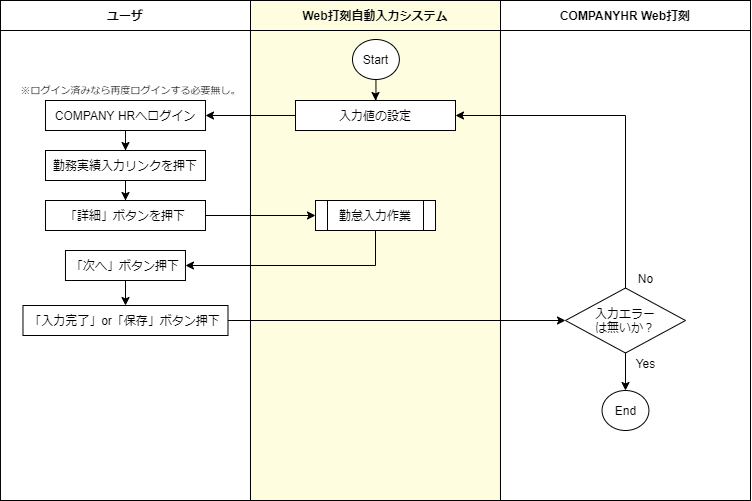
Before: doc/業務フロー(after).png, a diagram exported from draw.io (euphmat/AutoWebDakoku). Source tidied: cells renumbered, new cells last; positions are measured from the earlier drawing's top-left corner, leaving out a move shared by most shapes. Its diagram source:
```xml
<mxGraphModel>
  <root>
    <mxCell id="0" />
    <mxCell id="1" parent="0" />
    <mxCell id="2" style="rounded=0;whiteSpace=wrap;html=1;" parent="1" vertex="1">
      <mxGeometry x="500" y="30" width="250" height="470" as="geometry" />
    </mxCell>
    <mxCell id="3" style="rounded=0;whiteSpace=wrap;html=1;fillColor=#FFFDE0;" parent="1" vertex="1">
      <mxGeometry x="250" y="30" width="250" height="470" as="geometry" />
    </mxCell>
    <mxCell id="4" value="&lt;b&gt;ユーザ&lt;/b&gt;" style="rounded=0;whiteSpace=wrap;html=1;" parent="1" vertex="1">
      <mxGeometry width="250" height="30" as="geometry" />
    </mxCell>
    <mxCell id="5" value="&lt;b&gt;Web打刻自動入力システム&lt;/b&gt;" style="rounded=0;whiteSpace=wrap;html=1;fillColor=#FFFDE0;" parent="1" vertex="1">
      <mxGeometry x="250" width="250" height="30" as="geometry" />
    </mxCell>
    <mxCell id="6" style="rounded=0;whiteSpace=wrap;html=1;" parent="1" vertex="1">
      <mxGeometry y="30" width="250" height="470" as="geometry" />
    </mxCell>
    <mxCell id="7" style="edgeStyle=orthogonalEdgeStyle;rounded=0;jettySize=auto;html=1;entryX=1;entryY=0.5;entryDx=0;entryDy=0;" parent="1" edge="1" source="8" target="15">
      <mxGeometry relative="1" as="geometry">
        <Array as="points">
          <mxPoint x="375" y="265" />
        </Array>
      </mxGeometry>
    </mxCell>
    <mxCell id="8" value="勤怠入力作業" style="shape=process;whiteSpace=wrap;html=1;backgroundOutline=1;" parent="1" vertex="1">
      <mxGeometry x="315" y="200" width="120" height="30" as="geometry" />
    </mxCell>
    <mxCell id="9" style="edgeStyle=orthogonalEdgeStyle;rounded=0;jettySize=auto;html=1;" parent="1" edge="1" source="10" target="28">
      <mxGeometry relative="1" as="geometry" />
    </mxCell>
    <mxCell id="10" value="Start" style="ellipse;whiteSpace=wrap;html=1;" parent="1" vertex="1">
      <mxGeometry x="352" y="39" width="46.9" height="40" as="geometry" />
    </mxCell>
    <mxCell id="11" style="edgeStyle=orthogonalEdgeStyle;rounded=0;jettySize=auto;html=1;entryX=0.5;entryY=0;entryDx=0;entryDy=0;" parent="1" edge="1" source="13" target="29">
      <mxGeometry relative="1" as="geometry" />
    </mxCell>
    <mxCell id="12" style="edgeStyle=orthogonalEdgeStyle;rounded=0;jettySize=auto;html=1;entryX=1;entryY=0.5;entryDx=0;entryDy=0;" parent="1" edge="1" source="13" target="28">
      <mxGeometry relative="1" as="geometry">
        <Array as="points">
          <mxPoint x="625" y="115" />
        </Array>
      </mxGeometry>
    </mxCell>
    <mxCell id="13" value="入力エラー&lt;br&gt;は無いか？" style="rhombus;whiteSpace=wrap;html=1;" parent="1" vertex="1">
      <mxGeometry x="565" y="287.5" width="120" height="65" as="geometry" />
    </mxCell>
    <mxCell id="14" style="edgeStyle=orthogonalEdgeStyle;rounded=0;jettySize=auto;html=1;" parent="1" edge="1" source="15" target="25">
      <mxGeometry relative="1" as="geometry" />
    </mxCell>
    <mxCell id="15" value="「次へ」ボタン押下" style="rounded=0;whiteSpace=wrap;html=1;" parent="1" vertex="1">
      <mxGeometry x="65" y="250" width="120" height="30" as="geometry" />
    </mxCell>
    <mxCell id="16" style="edgeStyle=orthogonalEdgeStyle;rounded=0;jettySize=auto;html=1;" parent="1" edge="1" source="17" target="21">
      <mxGeometry relative="1" as="geometry" />
    </mxCell>
    <mxCell id="17" value="COMPANY HRへログイン" style="rounded=0;whiteSpace=wrap;html=1;" parent="1" vertex="1">
      <mxGeometry x="45" y="100" width="160" height="30" as="geometry" />
    </mxCell>
    <mxCell id="18" value="Yes" style="text;html=1;align=center;verticalAlign=middle;" parent="1" vertex="1">
      <mxGeometry x="630" y="352.5" width="30" height="20" as="geometry" />
    </mxCell>
    <mxCell id="19" value="No" style="text;html=1;align=center;verticalAlign=middle;" parent="1" vertex="1">
      <mxGeometry x="630" y="267.5" width="30" height="20" as="geometry" />
    </mxCell>
    <mxCell id="20" style="edgeStyle=orthogonalEdgeStyle;rounded=0;jettySize=auto;html=1;exitX=0.5;exitY=1;exitDx=0;exitDy=0;" parent="1" edge="1" source="21" target="23">
      <mxGeometry relative="1" as="geometry" />
    </mxCell>
    <mxCell id="21" value="勤務実績入力リンクを押下" style="rounded=0;whiteSpace=wrap;html=1;" parent="1" vertex="1">
      <mxGeometry x="45" y="150" width="160" height="30" as="geometry" />
    </mxCell>
    <mxCell id="22" style="edgeStyle=orthogonalEdgeStyle;rounded=0;jettySize=auto;html=1;" parent="1" edge="1" source="23" target="8">
      <mxGeometry relative="1" as="geometry" />
    </mxCell>
    <mxCell id="23" value="「詳細」ボタンを押下" style="rounded=0;whiteSpace=wrap;html=1;" parent="1" vertex="1">
      <mxGeometry x="45" y="200" width="160" height="30" as="geometry" />
    </mxCell>
    <mxCell id="24" style="edgeStyle=orthogonalEdgeStyle;rounded=0;jettySize=auto;html=1;entryX=0;entryY=0.5;entryDx=0;entryDy=0;" parent="1" edge="1" source="25" target="13">
      <mxGeometry relative="1" as="geometry" />
    </mxCell>
    <mxCell id="25" value="「入力完了」or「保存」ボタン押下" style="rounded=0;whiteSpace=wrap;html=1;" parent="1" vertex="1">
      <mxGeometry x="22.5" y="305" width="205" height="30" as="geometry" />
    </mxCell>
    <mxCell id="26" value="&lt;b&gt;COMPANYHR Web打刻&lt;/b&gt;" style="rounded=0;whiteSpace=wrap;html=1;" parent="1" vertex="1">
      <mxGeometry x="500" width="250" height="30" as="geometry" />
    </mxCell>
    <mxCell id="27" style="edgeStyle=orthogonalEdgeStyle;rounded=0;jettySize=auto;html=1;entryX=1;entryY=0.5;entryDx=0;entryDy=0;" parent="1" edge="1" source="28" target="17">
      <mxGeometry relative="1" as="geometry" />
    </mxCell>
    <mxCell id="28" value="入力値の設定" style="rounded=0;whiteSpace=wrap;html=1;" parent="1" vertex="1">
      <mxGeometry x="295" y="100" width="160" height="30" as="geometry" />
    </mxCell>
    <mxCell id="29" value="End" style="ellipse;whiteSpace=wrap;html=1;" parent="1" vertex="1">
      <mxGeometry x="601.6" y="390" width="46.9" height="40" as="geometry" />
    </mxCell>
    <mxCell id="30" value="※ログイン済みなら再度ログインする必要無し。" style="text;html=1;align=center;verticalAlign=middle;fontSize=10;" parent="1" vertex="1">
      <mxGeometry x="10" y="80" width="240" height="20" as="geometry" />
    </mxCell>
  </root>
</mxGraphModel>
```
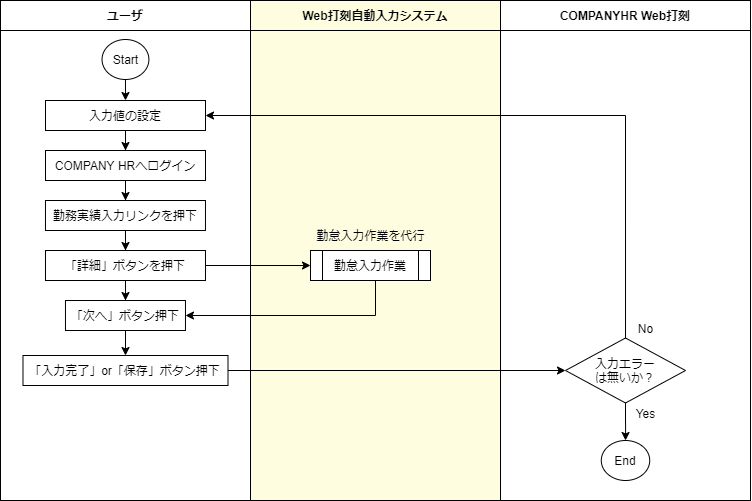
After the change.

The edit, as a diff of the source:
```diff
@@ -3,7 +3,7 @@
     <mxCell id="0" />
     <mxCell id="1" parent="0" />
     <mxCell id="2" style="rounded=0;whiteSpace=wrap;html=1;" parent="1" vertex="1">
-      <mxGeometry x="500" y="30" width="250" height="470" as="geometry" />
+      <mxGeometry x="500" y="25" width="250" height="475" as="geometry" />
     </mxCell>
     <mxCell id="3" style="rounded=0;whiteSpace=wrap;html=1;fillColor=#FFFDE0;" parent="1" vertex="1">
       <mxGeometry x="250" y="30" width="250" height="470" as="geometry" />
@@ -20,82 +20,85 @@
     <mxCell id="7" style="edgeStyle=orthogonalEdgeStyle;rounded=0;jettySize=auto;html=1;entryX=1;entryY=0.5;entryDx=0;entryDy=0;" parent="1" edge="1" source="8" target="15">
       <mxGeometry relative="1" as="geometry">
         <Array as="points">
-          <mxPoint x="375" y="265" />
+          <mxPoint x="375" y="315" />
         </Array>
       </mxGeometry>
     </mxCell>
     <mxCell id="8" value="勤怠入力作業" style="shape=process;whiteSpace=wrap;html=1;backgroundOutline=1;" parent="1" vertex="1">
-      <mxGeometry x="315" y="200" width="120" height="30" as="geometry" />
+      <mxGeometry x="310" y="250" width="120" height="30" as="geometry" />
     </mxCell>
-    <mxCell id="9" style="edgeStyle=orthogonalEdgeStyle;rounded=0;jettySize=auto;html=1;" parent="1" edge="1" source="10" target="28">
+    <mxCell id="9" style="edgeStyle=orthogonalEdgeStyle;rounded=0;jettySize=auto;html=1;exitX=0.5;exitY=1;exitDx=0;exitDy=0;entryX=0.5;entryY=0;entryDx=0;entryDy=0;" parent="1" edge="1" source="10" target="28">
       <mxGeometry relative="1" as="geometry" />
     </mxCell>
     <mxCell id="10" value="Start" style="ellipse;whiteSpace=wrap;html=1;" parent="1" vertex="1">
-      <mxGeometry x="352" y="39" width="46.9" height="40" as="geometry" />
+      <mxGeometry x="101.5" y="39" width="46.9" height="40" as="geometry" />
     </mxCell>
+    <mxCell id="12" style="edgeStyle=orthogonalEdgeStyle;rounded=0;jettySize=auto;html=1;exitX=0.5;exitY=0;exitDx=0;exitDy=0;entryX=1;entryY=0.5;entryDx=0;entryDy=0;" parent="1" edge="1" source="13" target="28">
+      <mxGeometry relative="1" as="geometry" />
+    </mxCell>
-    <mxCell id="11" style="edgeStyle=orthogonalEdgeStyle;rounded=0;jettySize=auto;html=1;entryX=0.5;entryY=0;entryDx=0;entryDy=0;" parent="1" edge="1" source="13" target="29">
+    <mxCell id="11" style="edgeStyle=orthogonalEdgeStyle;rounded=0;jettySize=auto;html=1;" parent="1" edge="1" source="13" target="29">
       <mxGeometry relative="1" as="geometry" />
     </mxCell>
-    <mxCell id="12" style="edgeStyle=orthogonalEdgeStyle;rounded=0;jettySize=auto;html=1;entryX=1;entryY=0.5;entryDx=0;entryDy=0;" parent="1" edge="1" source="13" target="28">
-      <mxGeometry relative="1" as="geometry">
-        <Array as="points">
-          <mxPoint x="625" y="115" />
-        </Array>
-      </mxGeometry>
-    </mxCell>
     <mxCell id="13" value="入力エラー&lt;br&gt;は無いか？" style="rhombus;whiteSpace=wrap;html=1;" parent="1" vertex="1">
-      <mxGeometry x="565" y="287.5" width="120" height="65" as="geometry" />
+      <mxGeometry x="565" y="337.5" width="120" height="65" as="geometry" />
     </mxCell>
     <mxCell id="14" style="edgeStyle=orthogonalEdgeStyle;rounded=0;jettySize=auto;html=1;" parent="1" edge="1" source="15" target="25">
       <mxGeometry relative="1" as="geometry" />
     </mxCell>
     <mxCell id="15" value="「次へ」ボタン押下" style="rounded=0;whiteSpace=wrap;html=1;" parent="1" vertex="1">
-      <mxGeometry x="65" y="250" width="120" height="30" as="geometry" />
+      <mxGeometry x="65" y="300" width="120" height="30" as="geometry" />
     </mxCell>
     <mxCell id="16" style="edgeStyle=orthogonalEdgeStyle;rounded=0;jettySize=auto;html=1;" parent="1" edge="1" source="17" target="21">
       <mxGeometry relative="1" as="geometry" />
     </mxCell>
     <mxCell id="17" value="COMPANY HRへログイン" style="rounded=0;whiteSpace=wrap;html=1;" parent="1" vertex="1">
-      <mxGeometry x="45" y="100" width="160" height="30" as="geometry" />
+      <mxGeometry x="45" y="150" width="160" height="30" as="geometry" />
     </mxCell>
     <mxCell id="18" value="Yes" style="text;html=1;align=center;verticalAlign=middle;" parent="1" vertex="1">
-      <mxGeometry x="630" y="352.5" width="30" height="20" as="geometry" />
+      <mxGeometry x="630" y="402.5" width="30" height="20" as="geometry" />
     </mxCell>
     <mxCell id="19" value="No" style="text;html=1;align=center;verticalAlign=middle;" parent="1" vertex="1">
-      <mxGeometry x="630" y="267.5" width="30" height="20" as="geometry" />
+      <mxGeometry x="630" y="317.5" width="30" height="20" as="geometry" />
     </mxCell>
     <mxCell id="20" style="edgeStyle=orthogonalEdgeStyle;rounded=0;jettySize=auto;html=1;exitX=0.5;exitY=1;exitDx=0;exitDy=0;" parent="1" edge="1" source="21" target="23">
       <mxGeometry relative="1" as="geometry" />
     </mxCell>
     <mxCell id="21" value="勤務実績入力リンクを押下" style="rounded=0;whiteSpace=wrap;html=1;" parent="1" vertex="1">
-      <mxGeometry x="45" y="150" width="160" height="30" as="geometry" />
+      <mxGeometry x="45" y="200" width="160" height="30" as="geometry" />
     </mxCell>
-    <mxCell id="22" style="edgeStyle=orthogonalEdgeStyle;rounded=0;jettySize=auto;html=1;" parent="1" edge="1" source="23" target="8">
+    <mxCell id="22" style="edgeStyle=orthogonalEdgeStyle;rounded=0;jettySize=auto;html=1;entryX=0;entryY=0.5;entryDx=0;entryDy=0;" parent="1" edge="1" source="23" target="8">
       <mxGeometry relative="1" as="geometry" />
     </mxCell>
+    <mxCell id="31" style="edgeStyle=orthogonalEdgeStyle;rounded=0;jettySize=auto;html=1;exitX=0.5;exitY=1;exitDx=0;exitDy=0;" parent="1" edge="1" source="23" target="15">
+      <mxGeometry relative="1" as="geometry" />
+    </mxCell>
     <mxCell id="23" value="「詳細」ボタンを押下" style="rounded=0;whiteSpace=wrap;html=1;" parent="1" vertex="1">
-      <mxGeometry x="45" y="200" width="160" height="30" as="geometry" />
+      <mxGeometry x="45" y="250" width="160" height="30" as="geometry" />
     </mxCell>
     <mxCell id="24" style="edgeStyle=orthogonalEdgeStyle;rounded=0;jettySize=auto;html=1;entryX=0;entryY=0.5;entryDx=0;entryDy=0;" parent="1" edge="1" source="25" target="13">
-      <mxGeometry relative="1" as="geometry" />
+      <mxGeometry relative="1" as="geometry">
+        <Array as="points">
+          <mxPoint x="565" y="370" />
+        </Array>
+      </mxGeometry>
     </mxCell>
     <mxCell id="25" value="「入力完了」or「保存」ボタン押下" style="rounded=0;whiteSpace=wrap;html=1;" parent="1" vertex="1">
-      <mxGeometry x="22.5" y="305" width="205" height="30" as="geometry" />
+      <mxGeometry x="22.5" y="355" width="205" height="30" as="geometry" />
     </mxCell>
     <mxCell id="26" value="&lt;b&gt;COMPANYHR Web打刻&lt;/b&gt;" style="rounded=0;whiteSpace=wrap;html=1;" parent="1" vertex="1">
       <mxGeometry x="500" width="250" height="30" as="geometry" />
     </mxCell>
-    <mxCell id="27" style="edgeStyle=orthogonalEdgeStyle;rounded=0;jettySize=auto;html=1;entryX=1;entryY=0.5;entryDx=0;entryDy=0;" parent="1" edge="1" source="28" target="17">
+    <mxCell id="27" style="edgeStyle=orthogonalEdgeStyle;rounded=0;jettySize=auto;html=1;" parent="1" edge="1" source="28" target="17">
       <mxGeometry relative="1" as="geometry" />
     </mxCell>
     <mxCell id="28" value="入力値の設定" style="rounded=0;whiteSpace=wrap;html=1;" parent="1" vertex="1">
-      <mxGeometry x="295" y="100" width="160" height="30" as="geometry" />
+      <mxGeometry x="45" y="100" width="160" height="30" as="geometry" />
     </mxCell>
     <mxCell id="29" value="End" style="ellipse;whiteSpace=wrap;html=1;" parent="1" vertex="1">
-      <mxGeometry x="601.6" y="390" width="46.9" height="40" as="geometry" />
+      <mxGeometry x="600.8" y="440" width="48.5" height="40" as="geometry" />
     </mxCell>
-    <mxCell id="30" value="※ログイン済みなら再度ログインする必要無し。" style="text;html=1;align=center;verticalAlign=middle;fontSize=10;" parent="1" vertex="1">
-      <mxGeometry x="10" y="80" width="240" height="20" as="geometry" />
-    </mxCell>
+    <mxCell id="32" value="勤怠入力作業を代行" style="text;html=1;align=center;verticalAlign=middle;" parent="1" vertex="1">
+      <mxGeometry x="310" y="225" width="120" height="20" as="geometry" />
+    </mxCell>
   </root>
 </mxGraphModel>
```
